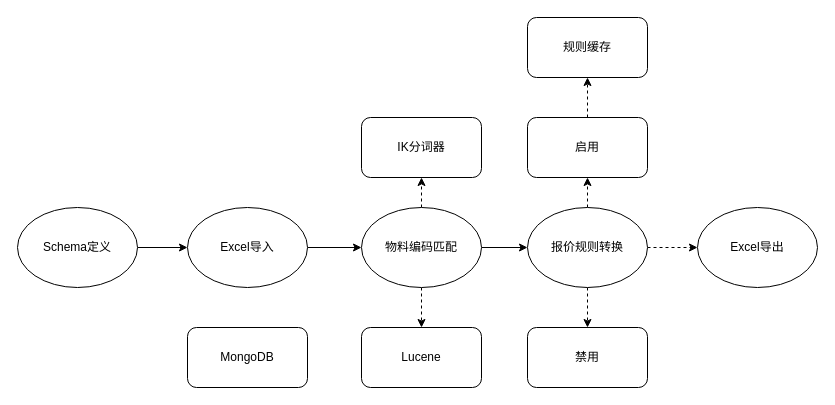
Above: page "价目表管理" (2 of 3) of oms相关系统关系.drawio in SunflowersOfJava/boonya-learning-socket (draw.io), before the change. Source tidied: cells renumbered, new cells numbered last; positions are measured from the earlier drawing's top-left corner, leaving out a move shared by most shapes. Both pictures are drawn from the tidied source at 100%, with x=0, y=0 at pixel (17, 17).
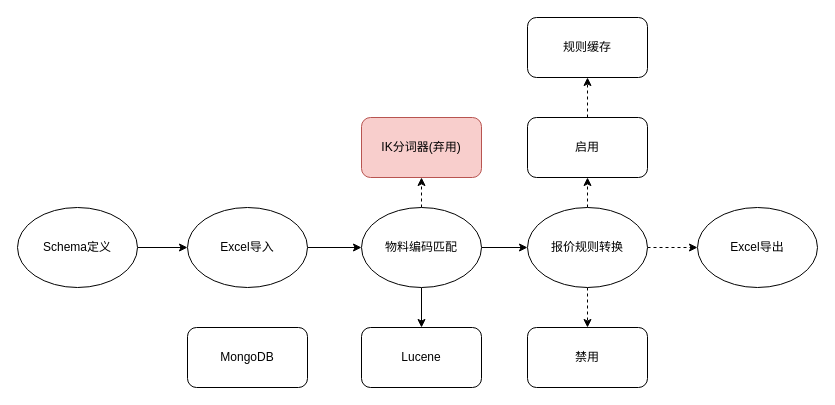
After the change.

Commit message (it also covers changes not shown here):
更新oms相关系统关系.drawio

The change refers to these unchanged cells:
```xml
<mxCell id="8" value="物料编码匹配" style="ellipse;whiteSpace=wrap;html=1;strokeColor=#000000;fontColor=#000000;" parent="1" vertex="1">
  <mxGeometry x="344" y="190" width="120" height="80" as="geometry" />
</mxCell>
<mxCell id="19" value="Lucene" style="rounded=1;whiteSpace=wrap;html=1;strokeColor=#000000;fontColor=#000000;" parent="1" vertex="1">
  <mxGeometry x="344" y="310" width="120" height="60" as="geometry" />
</mxCell>
```

What changed in the source:
```diff
@@
-    <mxCell id="6" style="edgeStyle=orthogonalEdgeStyle;rounded=0;jettySize=auto;html=1;exitX=0.5;exitY=1;exitDx=0;exitDy=0;entryX=0.5;entryY=0;entryDx=0;entryDy=0;dashed=1;fontColor=#000000;" parent="1" edge="1" source="8" target="19">
+    <mxCell id="6" style="edgeStyle=orthogonalEdgeStyle;rounded=0;jettySize=auto;html=1;exitX=0.5;exitY=1;exitDx=0;exitDy=0;entryX=0.5;entryY=0;entryDx=0;entryDy=0;fontColor=#000000;" parent="1" edge="1" source="8" target="19">
       <mxGeometry relative="1" as="geometry" />
     </mxCell>
@@
-    <mxCell id="18" value="IK分词器" style="rounded=1;whiteSpace=wrap;html=1;strokeColor=#000000;fontColor=#000000;" parent="1" vertex="1">
+    <mxCell id="18" value="IK分词器(弃用)" style="rounded=1;whiteSpace=wrap;html=1;strokeColor=#b85450;fillColor=#f8cecc;" parent="1" vertex="1">
       <mxGeometry x="344" y="100" width="120" height="60" as="geometry" />
     </mxCell>
```
